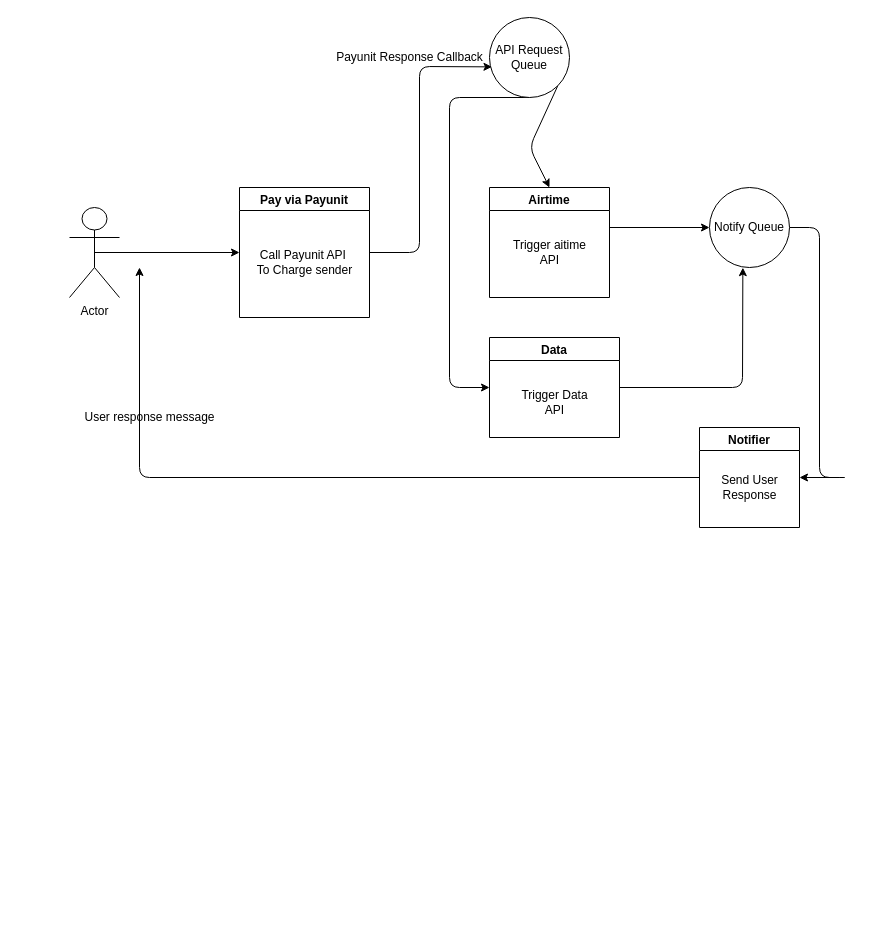
Before: airtimeApp.dio in KambangSinclaire/kingsschool-ui, a draw.io diagram. Source tidied: cells renumbered, new cells numbered last; positions are measured from the earlier drawing's top-left corner, leaving out a move shared by most shapes. Both pictures are drawn from the tidied source at 100%, with x=0, y=0 at pixel (69, 17).
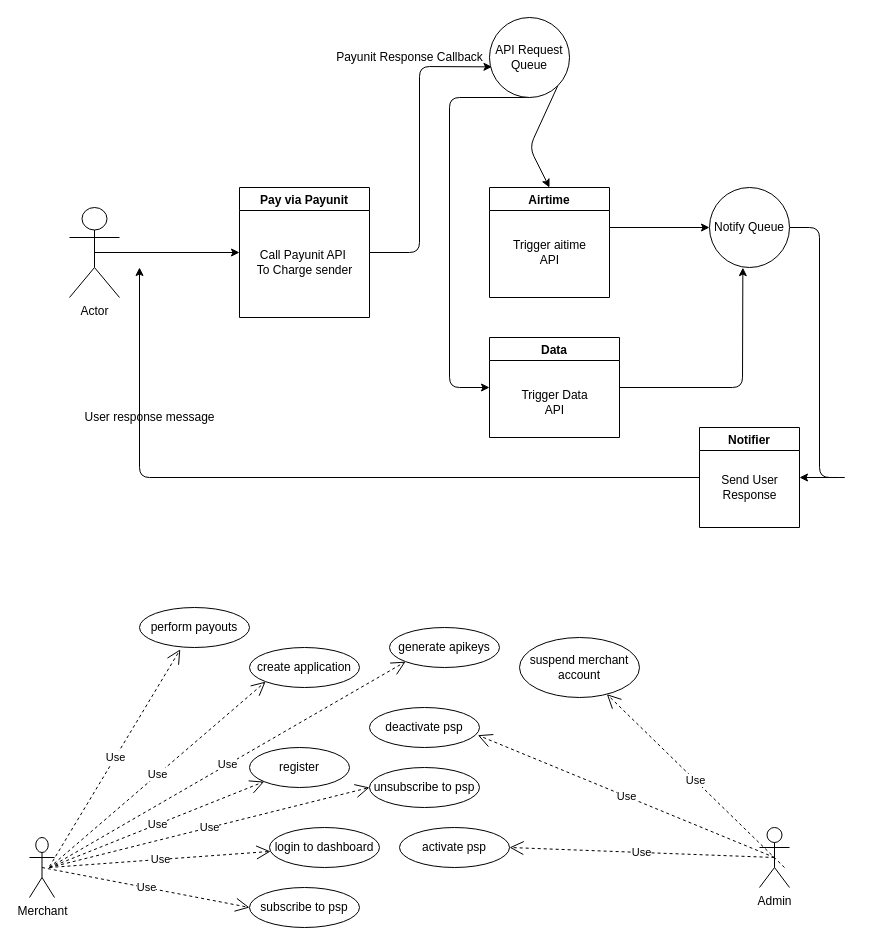
The same page after the edit.

Diff of the diagram source:
```diff
@@
+    <mxCell id="23" value="Merchant" style="shape=umlActor;verticalLabelPosition=bottom;verticalAlign=top;html=1;" parent="1" vertex="1">
+      <mxGeometry x="-40" y="820" width="25" height="60" as="geometry" />
+    </mxCell>
+    <mxCell id="24" value="create application" style="ellipse;whiteSpace=wrap;html=1;" parent="1" vertex="1">
+      <mxGeometry x="180" y="630" width="110" height="40" as="geometry" />
+    </mxCell>
+    <mxCell id="25" value="activate psp" style="ellipse;whiteSpace=wrap;html=1;" parent="1" vertex="1">
+      <mxGeometry x="330" y="810" width="110" height="40" as="geometry" />
+    </mxCell>
+    <mxCell id="26" value="deactivate psp" style="ellipse;whiteSpace=wrap;html=1;" parent="1" vertex="1">
+      <mxGeometry x="300" y="690" width="110" height="40" as="geometry" />
+    </mxCell>
+    <mxCell id="27" value="login to dashboard" style="ellipse;whiteSpace=wrap;html=1;" parent="1" vertex="1">
+      <mxGeometry x="200" y="810" width="110" height="40" as="geometry" />
+    </mxCell>
+    <mxCell id="28" value="subscribe to psp" style="ellipse;whiteSpace=wrap;html=1;" parent="1" vertex="1">
+      <mxGeometry x="180" y="870" width="110" height="40" as="geometry" />
+    </mxCell>
+    <mxCell id="29" value="generate apikeys" style="ellipse;whiteSpace=wrap;html=1;" parent="1" vertex="1">
+      <mxGeometry x="320" y="610" width="110" height="40" as="geometry" />
+    </mxCell>
+    <mxCell id="30" value="unsubscribe to psp" style="ellipse;whiteSpace=wrap;html=1;" parent="1" vertex="1">
+      <mxGeometry x="300" y="750" width="110" height="40" as="geometry" />
+    </mxCell>
+    <mxCell id="31" value="Admin" style="shape=umlActor;verticalLabelPosition=bottom;verticalAlign=top;html=1;" parent="1" vertex="1">
+      <mxGeometry x="690" y="810" width="30" height="60" as="geometry" />
+    </mxCell>
+    <mxCell id="32" value="Use" style="endArrow=open;endSize=12;dashed=1;html=1;entryX=0;entryY=1;entryDx=0;entryDy=0;" parent="1" edge="1" target="24">
+      <mxGeometry relative="1" as="geometry">
+        <mxPoint x="-20" y="850" as="sourcePoint" />
+      </mxGeometry>
+    </mxCell>
+    <mxCell id="33" value="Use" style="endArrow=open;endSize=12;dashed=1;html=1;" parent="1" edge="1" target="27">
+      <mxGeometry relative="1" as="geometry">
+        <mxPoint x="-20" y="850" as="sourcePoint" />
+      </mxGeometry>
+    </mxCell>
+    <mxCell id="34" value="Use" style="endArrow=open;endSize=12;dashed=1;html=1;exitX=0.5;exitY=0.5;exitDx=0;exitDy=0;exitPerimeter=0;entryX=0;entryY=0.5;entryDx=0;entryDy=0;" parent="1" edge="1" source="23" target="28">
+      <mxGeometry relative="1" as="geometry" />
+    </mxCell>
+    <mxCell id="35" value="Use" style="endArrow=open;endSize=12;dashed=1;html=1;entryX=0;entryY=1;entryDx=0;entryDy=0;" parent="1" edge="1" target="29">
+      <mxGeometry relative="1" as="geometry">
+        <mxPoint x="-20" y="850" as="sourcePoint" />
+      </mxGeometry>
+    </mxCell>
+    <mxCell id="36" value="Use" style="endArrow=open;endSize=12;dashed=1;html=1;entryX=0;entryY=0.5;entryDx=0;entryDy=0;" parent="1" edge="1" target="30">
+      <mxGeometry relative="1" as="geometry">
+        <mxPoint x="-20" y="850" as="sourcePoint" />
+      </mxGeometry>
+    </mxCell>
+    <mxCell id="37" value="Use" style="endArrow=open;endSize=12;dashed=1;html=1;entryX=0.985;entryY=0.692;entryDx=0;entryDy=0;entryPerimeter=0;exitX=0.5;exitY=0.5;exitDx=0;exitDy=0;exitPerimeter=0;" parent="1" edge="1" source="31" target="26">
+      <mxGeometry relative="1" as="geometry" />
+    </mxCell>
+    <mxCell id="38" value="Use" style="endArrow=open;endSize=12;dashed=1;html=1;entryX=1;entryY=0.5;entryDx=0;entryDy=0;exitX=0.5;exitY=0.5;exitDx=0;exitDy=0;exitPerimeter=0;" parent="1" edge="1" source="31" target="25">
+      <mxGeometry relative="1" as="geometry" />
+    </mxCell>
+    <mxCell id="39" value="suspend merchant account" style="ellipse;whiteSpace=wrap;html=1;" parent="1" vertex="1">
+      <mxGeometry x="450" y="620" width="120" height="60" as="geometry" />
+    </mxCell>
+    <mxCell id="40" value="Use" style="endArrow=open;endSize=12;dashed=1;html=1;exitX=0.5;exitY=0.5;exitDx=0;exitDy=0;exitPerimeter=0;" parent="1" edge="1" target="39">
+      <mxGeometry relative="1" as="geometry">
+        <mxPoint x="715" y="850" as="sourcePoint" />
+      </mxGeometry>
+    </mxCell>
+    <mxCell id="41" value="perform payouts" style="ellipse;whiteSpace=wrap;html=1;" parent="1" vertex="1">
+      <mxGeometry x="70" y="590" width="110" height="40" as="geometry" />
+    </mxCell>
+    <mxCell id="42" value="Use" style="endArrow=open;endSize=12;dashed=1;html=1;entryX=0.371;entryY=1.046;entryDx=0;entryDy=0;entryPerimeter=0;" parent="1" edge="1" target="41">
+      <mxGeometry relative="1" as="geometry">
+        <mxPoint x="-20" y="849" as="sourcePoint" />
+      </mxGeometry>
+    </mxCell>
+    <mxCell id="43" value="register" style="ellipse;whiteSpace=wrap;html=1;" parent="1" vertex="1">
+      <mxGeometry x="180" y="730" width="100" height="40" as="geometry" />
+    </mxCell>
+    <mxCell id="44" value="Use" style="endArrow=open;endSize=12;dashed=1;html=1;entryX=0;entryY=1;entryDx=0;entryDy=0;" parent="1" edge="1" target="43">
+      <mxGeometry relative="1" as="geometry">
+        <mxPoint x="-20" y="850" as="sourcePoint" />
+      </mxGeometry>
+    </mxCell>
```
